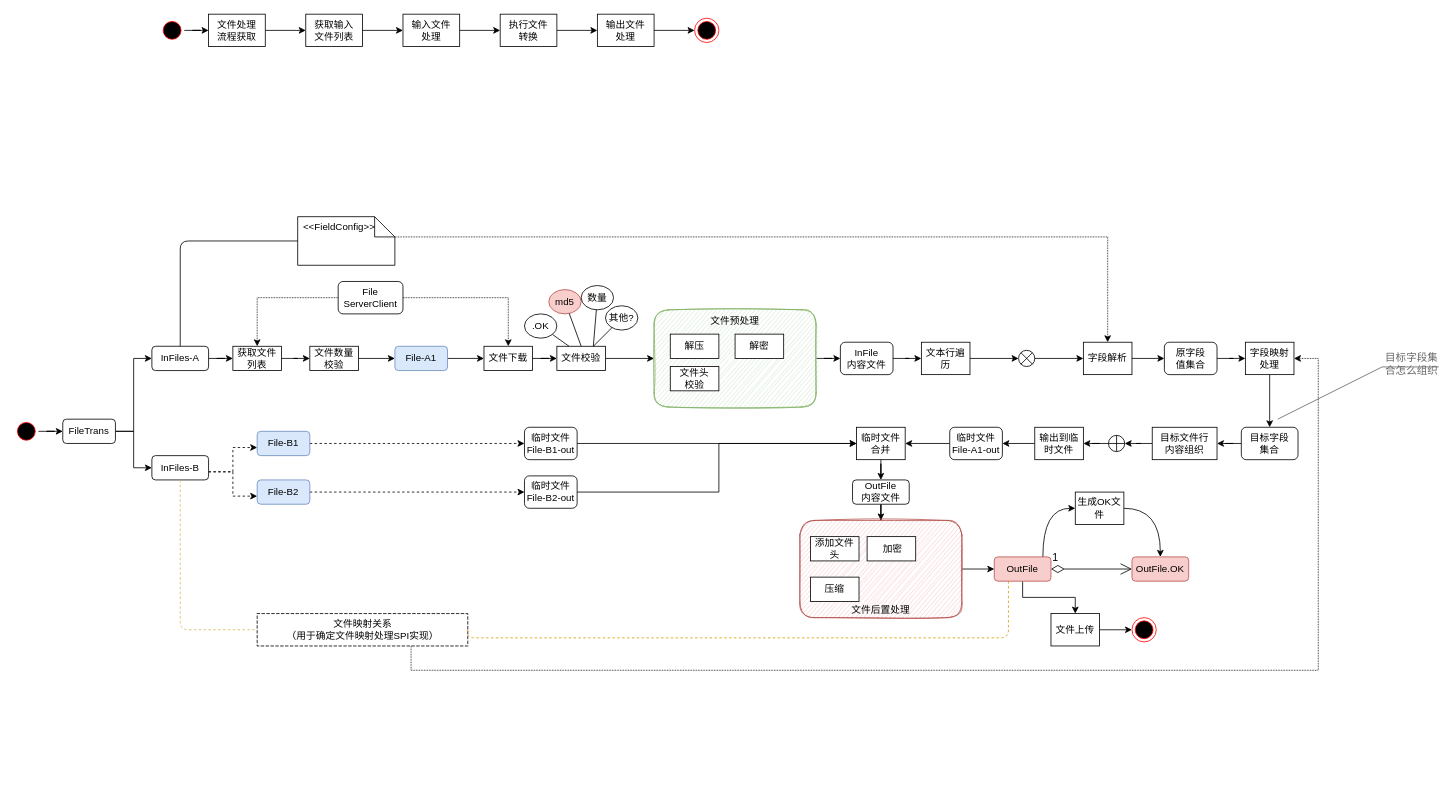
This is page "Page-4" (4 of 7) of diagrams.net/DDDtest.drawio from ZhengweiHou/simplegit, a draw.io file, before an edit. Source tidied: cells renumbered, new cells numbered last; positions are measured from the earlier drawing's top-left corner, leaving out a move shared by most shapes. Both pictures are drawn from the tidied source at 81%, with x=0, y=0 at pixel (14, 14).
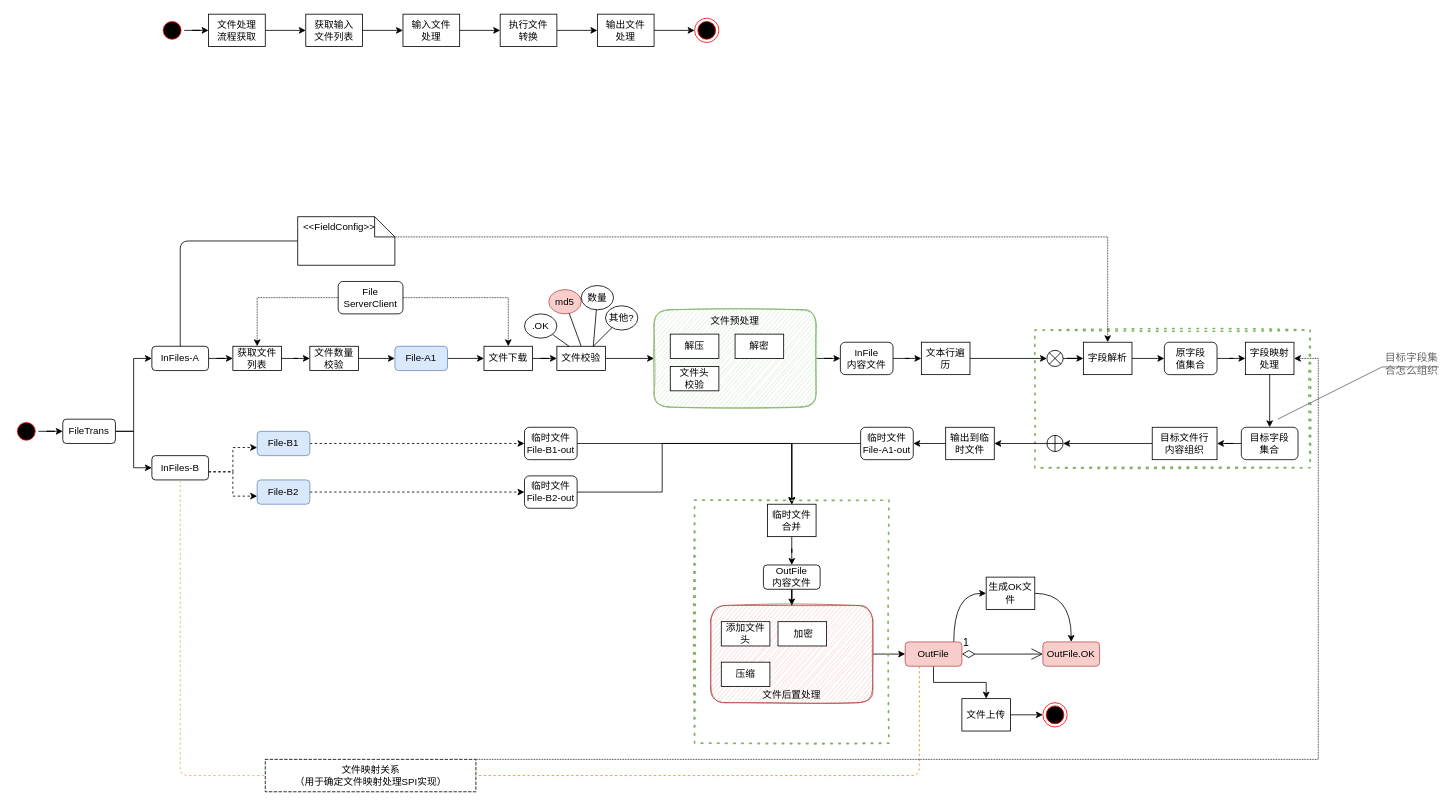
Above is the later version.

Unchanged cells that the change refers to:
```xml
<mxCell id="24" value="InFiles-B" style="rounded=1;whiteSpace=wrap;html=1;" parent="1" vertex="1">
  <mxGeometry x="170" y="545" width="70" height="30" as="geometry" />
</mxCell>
<mxCell id="69" value="字段映射处理" style="rounded=0;whiteSpace=wrap;html=1;" parent="1" vertex="1">
  <mxGeometry x="1520" y="405" width="60" height="40" as="geometry" />
</mxCell>
<mxCell id="89" value="&lt;div&gt;临时文件&lt;/div&gt;&lt;div&gt;File-B2-out&lt;br&gt;&lt;/div&gt;" style="rounded=1;whiteSpace=wrap;html=1;" parent="1" vertex="1">
  <mxGeometry x="630" y="570" width="65" height="40" as="geometry" />
</mxCell>
```

Diff of the diagram source:
```diff
@@
+    <mxCell id="111" style="rounded=0;whiteSpace=wrap;html=1;strokeColor=#82b366;fillColor=none;shadow=0;sketch=1;dashed=1;dashPattern=1 4;strokeWidth=2;" parent="1" vertex="1">
+      <mxGeometry x="1260" y="390" width="340" height="170" as="geometry" />
+    </mxCell>
@@
     <mxCell id="31" style="edgeStyle=orthogonalEdgeStyle;rounded=0;jettySize=auto;html=1;fontSize=13;curved=1;" parent="1" edge="1" source="33" target="93">
       <mxGeometry relative="1" as="geometry">
         <Array as="points">
-          <mxPoint x="1270" y="610" />
+          <mxPoint x="1160" y="715" />
         </Array>
       </mxGeometry>
     </mxCell>
@@
     <mxCell id="33" value="OutFile" style="rounded=1;whiteSpace=wrap;html=1;fillColor=#f8cecc;strokeColor=#b85450;" parent="1" vertex="1">
-      <mxGeometry x="1210" y="670" width="70" height="30" as="geometry" />
+      <mxGeometry x="1100" y="775" width="70" height="30" as="geometry" />
     </mxCell>
     <mxCell id="34" value="&lt;div&gt;文件映射关系&lt;/div&gt;&lt;div&gt;（用于确定文件映射处理SPI实现）&lt;/div&gt;" style="shape=partialRectangle;html=1;top=1;align=center;dashed=1;" parent="1" vertex="1">
-      <mxGeometry x="300" y="740" width="260" height="40" as="geometry" />
+      <mxGeometry x="310" y="920" width="260" height="40" as="geometry" />
     </mxCell>
     <mxCell id="35" style="endArrow=none;dashed=1;html=1;entryX=0;entryY=0.5;entryDx=0;entryDy=0;edgeStyle=orthogonalEdgeStyle;fillColor=#fff2cc;strokeColor=#d6b656;" parent="1" edge="1" source="24" target="34">
       <mxGeometry relative="1" as="geometry">
         <Array as="points">
-          <mxPoint x="205" y="760" />
+          <mxPoint x="205" y="940" />
         </Array>
       </mxGeometry>
     </mxCell>
     <mxCell id="36" style="endArrow=none;dashed=1;html=1;entryX=1;entryY=0.5;entryDx=0;entryDy=0;edgeStyle=orthogonalEdgeStyle;exitX=0.25;exitY=1;exitDx=0;exitDy=0;fillColor=#ffe6cc;strokeColor=#d79b00;" parent="1" edge="1" source="33" target="34">
       <mxGeometry relative="1" as="geometry">
         <Array as="points">
-          <mxPoint x="1228" y="770" />
-          <mxPoint x="560" y="770" />
+          <mxPoint x="1117" y="940" />
         </Array>
       </mxGeometry>
     </mxCell>
@@
     <mxCell id="70" style="edgeStyle=orthogonalEdgeStyle;rounded=0;jettySize=auto;html=1;dashed=1;dashPattern=1 1;" parent="1" edge="1" source="34" target="69">
       <mxGeometry relative="1" as="geometry">
         <Array as="points">
-          <mxPoint x="490" y="810" />
-          <mxPoint x="1610" y="810" />
+          <mxPoint x="1610" y="920" />
           <mxPoint x="1610" y="425" />
         </Array>
       </mxGeometry>
     </mxCell>
@@
     <mxCell id="75" style="verticalLabelPosition=bottom;verticalAlign=top;html=1;shape=mxgraph.flowchart.or;rounded=1;shadow=0;glass=0;sketch=0;fontSize=13;fillColor=none;gradientColor=none;" parent="1" vertex="1">
-      <mxGeometry x="1240" y="415" width="20" height="20" as="geometry" />
+      <mxGeometry x="1275" y="415" width="20" height="20" as="geometry" />
     </mxCell>
@@
     <mxCell id="77" style="verticalLabelPosition=bottom;verticalAlign=top;html=1;shape=mxgraph.flowchart.summing_function;rounded=1;shadow=0;glass=0;sketch=0;fontSize=13;fillColor=none;gradientColor=none;" parent="1" vertex="1">
-      <mxGeometry x="1351" y="520" width="20" height="20" as="geometry" />
+      <mxGeometry x="1275" y="520" width="20" height="20" as="geometry" />
     </mxCell>
@@
     <mxCell id="81" value="输出到临时文件" style="rounded=0;whiteSpace=wrap;html=1;" parent="1" vertex="1">
-      <mxGeometry x="1260" y="510" width="60" height="40" as="geometry" />
+      <mxGeometry x="1150" y="510" width="60" height="40" as="geometry" />
     </mxCell>
@@
     <mxCell id="83" value="&lt;div&gt;临时文件&lt;/div&gt;&lt;div&gt;File-A1-out&lt;br&gt;&lt;/div&gt;" style="rounded=1;whiteSpace=wrap;html=1;" parent="1" vertex="1">
-      <mxGeometry x="1155" y="510" width="65" height="40" as="geometry" />
+      <mxGeometry x="1045" y="510" width="65" height="40" as="geometry" />
     </mxCell>
@@
     <mxCell id="85" value="临时文件合并" style="rounded=0;whiteSpace=wrap;html=1;" parent="1" vertex="1">
-      <mxGeometry x="1040" y="510" width="60" height="40" as="geometry" />
+      <mxGeometry x="930" y="605" width="60" height="40" as="geometry" />
     </mxCell>
@@
     <mxCell id="88" style="edgeStyle=orthogonalEdgeStyle;rounded=0;jettySize=auto;html=1;fontSize=13;" parent="1" edge="1" source="89" target="85">
       <mxGeometry relative="1" as="geometry">
         <Array as="points">
-          <mxPoint x="870" y="590" />
-          <mxPoint x="870" y="530" />
+          <mxPoint x="800" y="590" />
+          <mxPoint x="800" y="530" />
+          <mxPoint x="960" y="530" />
         </Array>
       </mxGeometry>
     </mxCell>
@@
     <mxCell id="91" value="&lt;div&gt;OutFile&lt;/div&gt;内容文件" style="rounded=1;whiteSpace=wrap;html=1;" parent="1" vertex="1">
-      <mxGeometry x="1035" y="575" width="70" height="30" as="geometry" />
+      <mxGeometry x="925" y="680" width="70" height="30" as="geometry" />
     </mxCell>
@@
     <mxCell id="93" value="生成OK文件" style="rounded=0;whiteSpace=wrap;html=1;" parent="1" vertex="1">
-      <mxGeometry x="1310" y="590" width="60" height="40" as="geometry" />
+      <mxGeometry x="1200" y="695" width="60" height="40" as="geometry" />
     </mxCell>
     <mxCell id="94" value="OutFile.OK" style="rounded=1;whiteSpace=wrap;html=1;fillColor=#f8cecc;strokeColor=#b85450;" parent="1" vertex="1">
-      <mxGeometry x="1380" y="670" width="70" height="30" as="geometry" />
+      <mxGeometry x="1270" y="775" width="70" height="30" as="geometry" />
     </mxCell>
@@
     <mxCell id="97" value="文件上传" style="rounded=0;whiteSpace=wrap;html=1;" parent="1" vertex="1">
-      <mxGeometry x="1280" y="740" width="60" height="40" as="geometry" />
+      <mxGeometry x="1170" y="845" width="60" height="40" as="geometry" />
     </mxCell>
     <mxCell id="98" style="ellipse;html=1;shape=endState;fillColor=#000000;strokeColor=#ff0000;rounded=1;shadow=0;glass=0;sketch=0;fontSize=13;align=left;verticalAlign=bottom;" parent="1" vertex="1">
-      <mxGeometry x="1380" y="745" width="30" height="30" as="geometry" />
+      <mxGeometry x="1270" y="850" width="30" height="30" as="geometry" />
     </mxCell>
@@
     <mxCell id="106" style="group;" parent="1" vertex="1">
-      <mxGeometry x="970" y="625" width="200" height="120" as="geometry" />
+      <mxGeometry x="860" y="730" width="200" height="120" as="geometry" />
     </mxCell>
@@
+    <mxCell id="112" style="rounded=0;whiteSpace=wrap;html=1;strokeColor=#82b366;fillColor=none;shadow=0;sketch=1;dashed=1;dashPattern=1 4;strokeWidth=2;" parent="1" vertex="1">
+      <mxGeometry x="840" y="600" width="240" height="300" as="geometry" />
+    </mxCell>
```
